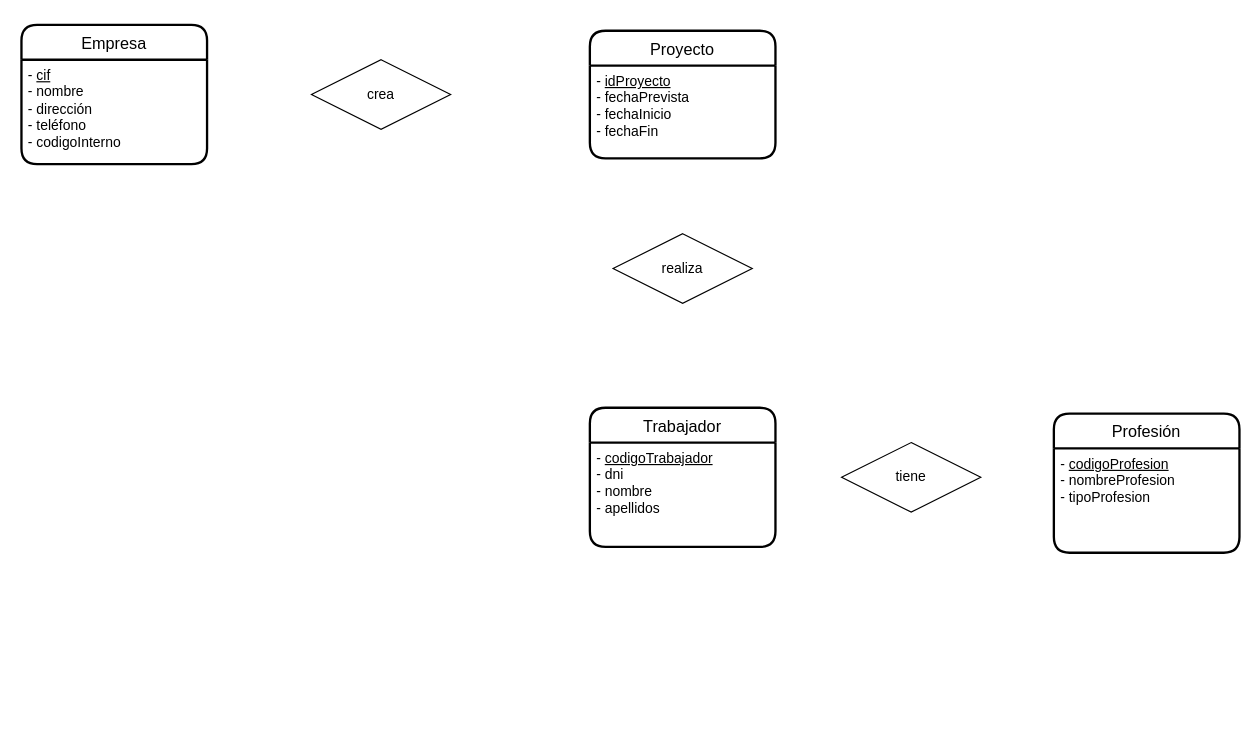
This is ex12.drawio from JuanMarinG/TA12_MYSQL, a draw.io file, before an edit. Source tidied: cells renumbered, new cells numbered last; positions are measured from the earlier drawing's top-left corner, leaving out a move shared by most shapes. Both pictures are drawn from the tidied source at 116%, with x=0, y=0 at pixel (21, 24).
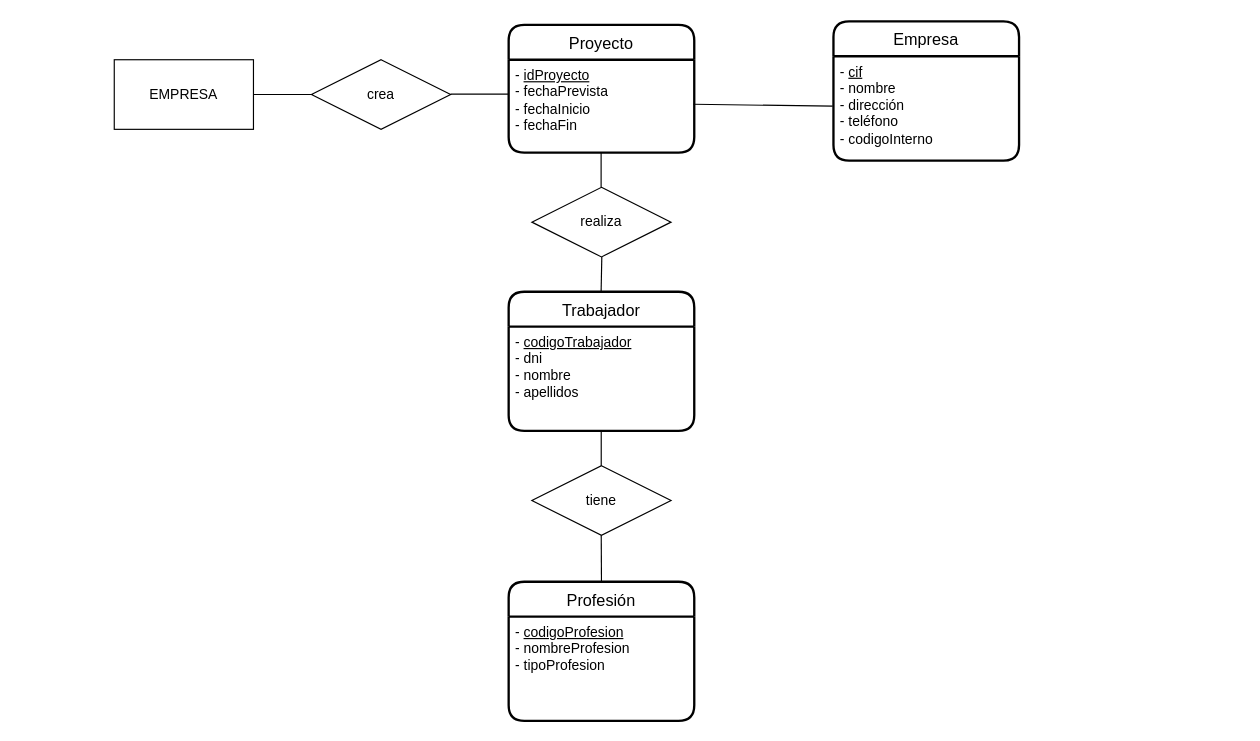
Above is the later version.

Commit message:
relacion entre tablas

Unchanged cells that the change refers to:
```xml
<mxCell id="3" value="- &lt;u&gt;cif&lt;/u&gt;&lt;br&gt;- nombre&lt;br&gt;- dirección&lt;br&gt;- teléfono&lt;br&gt;- codigoInterno" style="text;html=1;align=left;verticalAlign=top;points=[];strokeColor=none;fillColor=none;spacingLeft=4;" parent="2" vertex="1">
  <mxGeometry y="30" width="160" height="90" as="geometry" />
</mxCell>
<mxCell id="5" value="- &lt;u&gt;idProyecto&lt;/u&gt;&lt;br&gt;- fechaPrevista&lt;br&gt;- fechaInicio&lt;br&gt;- fechaFin" style="text;html=1;align=left;verticalAlign=top;points=[];strokeColor=none;fillColor=none;spacingLeft=4;" parent="4" vertex="1">
  <mxGeometry y="30" width="160" height="130" as="geometry" />
</mxCell>
<mxCell id="11" value="crea" style="shape=rhombus;perimeter=rhombusPerimeter;whiteSpace=wrap;html=1;align=center;" parent="1" vertex="1">
  <mxGeometry x="250" y="30" width="120" height="60" as="geometry" />
</mxCell>
```

Diff of the diagram source:
```diff
@@
     <mxCell id="2" value="Empresa" style="swimlane;horizontal=1;startSize=30;rounded=1;fontSize=14;fontStyle=0;strokeWidth=2;shadow=0;dashed=0;align=center;" parent="1" vertex="1">
-      <mxGeometry width="160" height="120" as="geometry" />
+      <mxGeometry x="700" y="-3" width="160" height="120" as="geometry" />
     </mxCell>
@@
     <mxCell id="4" value="Proyecto" style="swimlane;horizontal=1;startSize=30;rounded=1;fontSize=14;fontStyle=0;strokeWidth=2;shadow=0;align=center;fillStyle=auto;gradientColor=none;swimlaneFillColor=none;fillColor=default;sketch=0;glass=0;swimlaneLine=1;perimeterSpacing=0;" parent="1" vertex="1">
-      <mxGeometry x="490" y="5" width="160" height="110" as="geometry" />
+      <mxGeometry x="420" width="160" height="110" as="geometry" />
     </mxCell>
@@
+    <mxCell id="14" style="endArrow=none;html=1;rounded=0;" parent="4" edge="1">
+      <mxGeometry relative="1" as="geometry">
+        <mxPoint x="79.7" y="140" as="sourcePoint" />
+        <mxPoint x="79.7" y="110" as="targetPoint" />
+      </mxGeometry>
+    </mxCell>
@@
     <mxCell id="7" value="Trabajador" style="swimlane;horizontal=1;startSize=30;rounded=1;fontSize=14;fontStyle=0;strokeWidth=2;shadow=0;dashed=0;align=center;" parent="1" vertex="1">
-      <mxGeometry x="490" y="330" width="160" height="120" as="geometry" />
+      <mxGeometry x="420" y="230" width="160" height="120" as="geometry" />
     </mxCell>
@@
     <mxCell id="9" value="Profesión" style="swimlane;horizontal=1;startSize=30;rounded=1;fontSize=14;fontStyle=0;strokeWidth=2;shadow=0;dashed=0;align=center;" parent="1" vertex="1">
-      <mxGeometry x="890" y="335" width="160" height="120" as="geometry" />
+      <mxGeometry x="420" y="480" width="160" height="120" as="geometry" />
     </mxCell>
@@
     <mxCell id="12" value="realiza" style="shape=rhombus;perimeter=rhombusPerimeter;whiteSpace=wrap;html=1;align=center;" parent="1" vertex="1">
-      <mxGeometry x="510" y="180" width="120" height="60" as="geometry" />
+      <mxGeometry x="440" y="140" width="120" height="60" as="geometry" />
     </mxCell>
     <mxCell id="13" value="tiene" style="shape=rhombus;perimeter=rhombusPerimeter;whiteSpace=wrap;html=1;align=center;" parent="1" vertex="1">
-      <mxGeometry x="707" y="360" width="120" height="60" as="geometry" />
+      <mxGeometry x="440" y="380" width="120" height="60" as="geometry" />
     </mxCell>
+    <mxCell id="15" style="endArrow=none;html=1;rounded=0;entryX=-0.004;entryY=0.478;entryDx=0;entryDy=0;entryPerimeter=0;exitX=0.995;exitY=0.295;exitDx=0;exitDy=0;exitPerimeter=0;" parent="1" edge="1" source="5" target="3">
+      <mxGeometry relative="1" as="geometry" />
+    </mxCell>
+    <mxCell id="16" value="EMPRESA" style="rounded=0;whiteSpace=wrap;html=1;" parent="1" vertex="1">
+      <mxGeometry x="80" y="30" width="120" height="60" as="geometry" />
+    </mxCell>
+    <mxCell id="17" style="endArrow=none;html=1;rounded=0;exitX=1;exitY=0.5;exitDx=0;exitDy=0;entryX=0;entryY=0.5;entryDx=0;entryDy=0;" parent="1" edge="1" source="16" target="11">
+      <mxGeometry relative="1" as="geometry" />
+    </mxCell>
+    <mxCell id="18" style="endArrow=none;html=1;rounded=0;exitX=1;exitY=0.5;exitDx=0;exitDy=0;entryX=0;entryY=0.5;entryDx=0;entryDy=0;" parent="1" edge="1">
+      <mxGeometry relative="1" as="geometry">
+        <mxPoint x="370" y="59.7" as="sourcePoint" />
+        <mxPoint x="420" y="59.7" as="targetPoint" />
+      </mxGeometry>
+    </mxCell>
+    <mxCell id="19" style="endArrow=none;html=1;rounded=0;exitX=1;exitY=0.5;exitDx=0;exitDy=0;" parent="1" edge="1">
+      <mxGeometry relative="1" as="geometry">
+        <mxPoint x="500.3" y="200" as="sourcePoint" />
+        <mxPoint x="499.7" y="230" as="targetPoint" />
+      </mxGeometry>
+    </mxCell>
+    <mxCell id="20" style="endArrow=none;html=1;rounded=0;exitX=1;exitY=0.5;exitDx=0;exitDy=0;" parent="1" edge="1">
+      <mxGeometry relative="1" as="geometry">
+        <mxPoint x="499.8" y="350" as="sourcePoint" />
+        <mxPoint x="499.8" y="380" as="targetPoint" />
+      </mxGeometry>
+    </mxCell>
+    <mxCell id="21" style="endArrow=none;html=1;rounded=0;exitX=1;exitY=0.5;exitDx=0;exitDy=0;entryX=0.5;entryY=0;entryDx=0;entryDy=0;" parent="1" edge="1" target="9">
+      <mxGeometry relative="1" as="geometry">
+        <mxPoint x="499.8" y="440" as="sourcePoint" />
+      </mxGeometry>
+    </mxCell>
```
